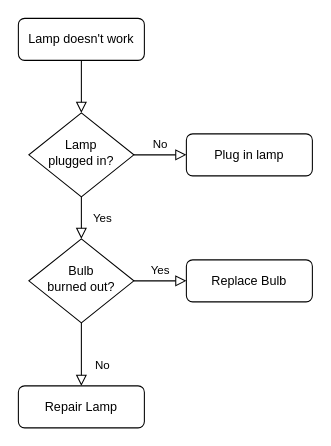
Above: Untitled Diagram.drawio in FierceKO/Draw.io (draw.io), before the change. Source tidied: cells renumbered, new cells numbered last; positions are measured from the earlier drawing's top-left corner, leaving out a move shared by most shapes. Both pictures are drawn from the tidied source at 105%, with x=0, y=0 at pixel (18, 18).
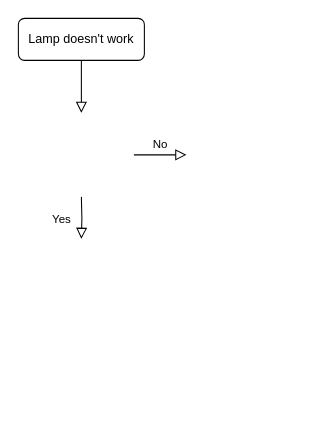
The same page after the edit.

Diff of the diagram source:
```diff
@@
 <mxGraphModel>
   <root>
     <mxCell id="0" />
     <mxCell id="1" parent="0" />
-    <mxCell id="2" style="rounded=0;html=1;jettySize=auto;fontSize=11;endArrow=block;endFill=0;endSize=8;strokeWidth=1;shadow=0;labelBackgroundColor=none;edgeStyle=orthogonalEdgeStyle;" parent="1" edge="1" source="3" target="6">
-      <mxGeometry relative="1" as="geometry" />
+    <mxCell id="2" style="rounded=0;html=1;jettySize=auto;fontSize=11;endArrow=block;endFill=0;endSize=8;strokeWidth=1;shadow=0;labelBackgroundColor=none;edgeStyle=orthogonalEdgeStyle;" parent="1" edge="1" source="3">
+      <mxGeometry relative="1" as="geometry">
+        <mxPoint x="60" y="90" as="targetPoint" />
+      </mxGeometry>
     </mxCell>
     <mxCell id="3" value="Lamp doesn't work" style="rounded=1;whiteSpace=wrap;html=1;fontSize=12;glass=0;strokeWidth=1;shadow=0;" parent="1" vertex="1">
       <mxGeometry width="120" height="40" as="geometry" />
     </mxCell>
-    <mxCell id="4" value="Yes" style="rounded=0;html=1;jettySize=auto;fontSize=11;endArrow=block;endFill=0;endSize=8;strokeWidth=1;shadow=0;labelBackgroundColor=none;edgeStyle=orthogonalEdgeStyle;" parent="1" edge="1" source="6" target="10">
-      <mxGeometry y="20" relative="1" as="geometry" />
+    <mxCell id="4" value="Yes" style="rounded=0;html=1;jettySize=auto;orthogonalLoop=1;fontSize=11;endArrow=block;endFill=0;endSize=8;strokeWidth=1;shadow=0;labelBackgroundColor=none;edgeStyle=orthogonalEdgeStyle;" parent="1" edge="1">
+      <mxGeometry y="20" relative="1" as="geometry">
+        <mxPoint x="60" y="170" as="sourcePoint" />
+        <mxPoint x="60" y="210" as="targetPoint" />
+      </mxGeometry>
     </mxCell>
-    <mxCell id="5" value="No" style="edgeStyle=orthogonalEdgeStyle;rounded=0;html=1;jettySize=auto;fontSize=11;endArrow=block;endFill=0;endSize=8;strokeWidth=1;shadow=0;labelBackgroundColor=none;" parent="1" edge="1" source="6" target="7">
-      <mxGeometry y="10" relative="1" as="geometry" />
+    <mxCell id="5" value="No" style="edgeStyle=orthogonalEdgeStyle;rounded=0;html=1;jettySize=auto;orthogonalLoop=1;fontSize=11;endArrow=block;endFill=0;endSize=8;strokeWidth=1;shadow=0;labelBackgroundColor=none;" parent="1" edge="1">
+      <mxGeometry y="10" relative="1" as="geometry">
+        <mxPoint x="110" y="130" as="sourcePoint" />
+        <mxPoint x="160" y="130" as="targetPoint" />
+      </mxGeometry>
     </mxCell>
-    <mxCell id="6" value="Lamp&lt;br&gt;plugged in?" style="rhombus;whiteSpace=wrap;html=1;shadow=0;fontFamily=Helvetica;fontSize=12;align=center;strokeWidth=1;spacing=6;spacingTop=-4;" parent="1" vertex="1">
-      <mxGeometry x="10" y="90" width="100" height="80" as="geometry" />
-    </mxCell>
-    <mxCell id="7" value="Plug in lamp" style="rounded=1;whiteSpace=wrap;html=1;fontSize=12;glass=0;strokeWidth=1;shadow=0;" parent="1" vertex="1">
-      <mxGeometry x="160" y="110" width="120" height="40" as="geometry" />
-    </mxCell>
-    <mxCell id="8" value="No" style="rounded=0;html=1;jettySize=auto;fontSize=11;endArrow=block;endFill=0;endSize=8;strokeWidth=1;shadow=0;labelBackgroundColor=none;edgeStyle=orthogonalEdgeStyle;" parent="1" edge="1" source="10" target="11">
-      <mxGeometry x="0.33" y="20" relative="1" as="geometry" />
+    <mxCell id="8" value="No" style="rounded=0;html=1;jettySize=auto;orthogonalLoop=1;fontSize=11;endArrow=block;endFill=0;endSize=8;strokeWidth=1;shadow=0;labelBackgroundColor=none;edgeStyle=orthogonalEdgeStyle;" parent="1" edge="1">
+      <mxGeometry x="0.33" y="20" relative="1" as="geometry">
+        <mxPoint x="60" y="350" as="targetPoint" />
+      </mxGeometry>
     </mxCell>
-    <mxCell id="9" value="Yes" style="edgeStyle=orthogonalEdgeStyle;rounded=0;html=1;jettySize=auto;fontSize=11;endArrow=block;endFill=0;endSize=8;strokeWidth=1;shadow=0;labelBackgroundColor=none;" parent="1" edge="1" source="10" target="12">
-      <mxGeometry y="10" relative="1" as="geometry" />
+    <mxCell id="9" value="Yes" style="edgeStyle=orthogonalEdgeStyle;rounded=0;html=1;jettySize=auto;orthogonalLoop=1;fontSize=11;endArrow=block;endFill=0;endSize=8;strokeWidth=1;shadow=0;labelBackgroundColor=none;" parent="1" edge="1">
+      <mxGeometry y="10" relative="1" as="geometry">
+        <mxPoint x="160" y="250" as="targetPoint" />
+      </mxGeometry>
     </mxCell>
-    <mxCell id="10" value="Bulb&lt;br&gt;burned out?" style="rhombus;whiteSpace=wrap;html=1;shadow=0;fontFamily=Helvetica;fontSize=12;align=center;strokeWidth=1;spacing=6;spacingTop=-4;" parent="1" vertex="1">
-      <mxGeometry x="10" y="210" width="100" height="80" as="geometry" />
-    </mxCell>
-    <mxCell id="11" value="Repair Lamp" style="rounded=1;whiteSpace=wrap;html=1;fontSize=12;glass=0;strokeWidth=1;shadow=0;" parent="1" vertex="1">
-      <mxGeometry y="350" width="120" height="40" as="geometry" />
-    </mxCell>
-    <mxCell id="12" value="Replace Bulb" style="rounded=1;whiteSpace=wrap;html=1;fontSize=12;glass=0;strokeWidth=1;shadow=0;" parent="1" vertex="1">
-      <mxGeometry x="160" y="230" width="120" height="40" as="geometry" />
-    </mxCell>
   </root>
 </mxGraphModel>
```
